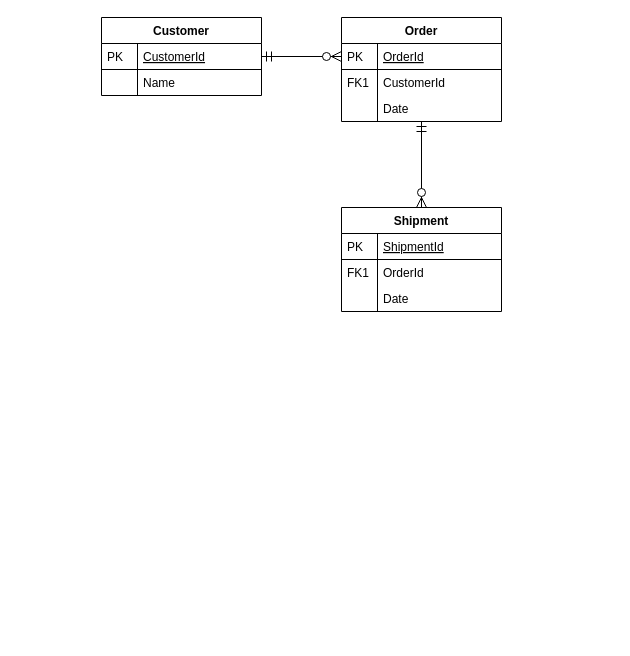
ValentinKostiuk/Charts keeps this draw.io diagram as Untitled Diagram.drawio. Above is the earlier version. Source tidied: cells renumbered, new cells numbered last; positions are measured from the earlier drawing's top-left corner, leaving out a move shared by most shapes. Both pictures are drawn from the tidied source at 100%, with x=0, y=0 at pixel (101, 17).
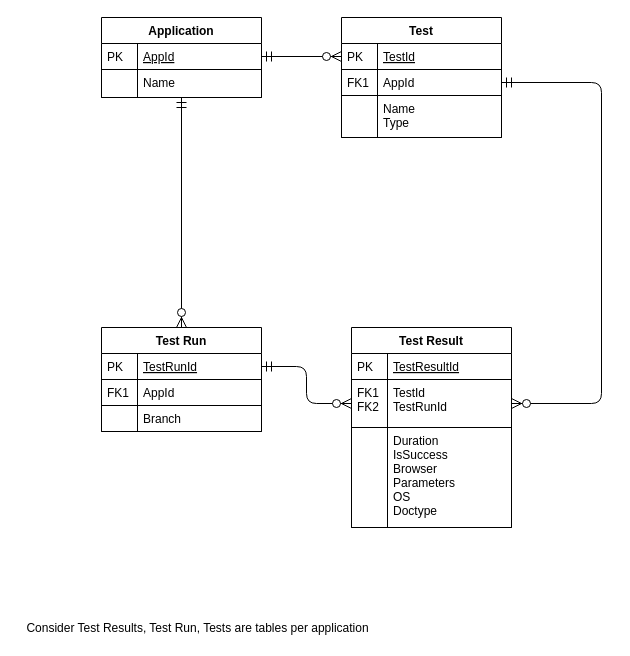
The same diagram, later.

The edit, as a diff of the source:
```diff
@@
-    <mxCell id="2" value="Customer" style="swimlane;fontStyle=1;horizontal=1;startSize=26;rounded=0;shadow=0;strokeWidth=1;" parent="1" vertex="1">
-      <mxGeometry width="160" height="78" as="geometry" />
+    <mxCell id="2" value="Application" style="swimlane;fontStyle=1;horizontal=1;startSize=26;rounded=0;shadow=0;strokeWidth=1;" parent="1" vertex="1">
+      <mxGeometry width="160" height="80" as="geometry" />
     </mxCell>
-    <mxCell id="3" value="CustomerId" style="shape=partialRectangle;top=0;left=0;right=0;bottom=1;align=left;verticalAlign=top;fillColor=none;spacingLeft=40;spacingRight=4;overflow=hidden;points=[[0,0.5],[1,0.5]];portConstraint=eastwest;rounded=0;shadow=0;strokeWidth=1;fontStyle=4;" parent="2" vertex="1">
+    <mxCell id="3" value="AppId" style="shape=partialRectangle;top=0;left=0;right=0;bottom=1;align=left;verticalAlign=top;fillColor=none;spacingLeft=40;spacingRight=4;overflow=hidden;points=[[0,0.5],[1,0.5]];portConstraint=eastwest;rounded=0;shadow=0;strokeWidth=1;fontStyle=4;" parent="2" vertex="1">
       <mxGeometry y="26" width="160" height="26" as="geometry" />
     </mxCell>
@@
-    <mxCell id="5" value="Name" style="shape=partialRectangle;top=0;left=0;right=0;bottom=0;align=left;verticalAlign=top;fillColor=none;spacingLeft=40;spacingRight=4;overflow=hidden;rounded=0;shadow=0;strokeWidth=1;" parent="2" vertex="1">
-      <mxGeometry y="52" width="160" height="26" as="geometry" />
+    <mxCell id="5" value="Name" style="shape=partialRectangle;top=1;left=1;right=1;bottom=1;align=left;verticalAlign=top;fillColor=none;spacingLeft=40;spacingRight=4;overflow=hidden;rounded=0;shadow=0;strokeWidth=1;" parent="2" vertex="1">
+      <mxGeometry y="52" width="160" height="28" as="geometry" />
     </mxCell>
     <mxCell id="6" style="shape=partialRectangle;top=0;left=0;bottom=0;fillColor=none;align=left;verticalAlign=top;spacingLeft=4;spacingRight=4;overflow=hidden;" parent="5" vertex="1">
-      <mxGeometry width="36" height="26" as="geometry" />
+      <mxGeometry width="36" height="28" as="geometry" />
     </mxCell>
-    <mxCell id="7" value="Order" style="swimlane;fontStyle=1;horizontal=1;startSize=26;rounded=0;shadow=0;strokeWidth=1;" parent="1" vertex="1">
-      <mxGeometry x="240" width="160" height="104" as="geometry" />
+    <mxCell id="7" value="Test" style="swimlane;fontStyle=1;horizontal=1;startSize=26;rounded=0;shadow=0;strokeWidth=1;" parent="1" vertex="1">
+      <mxGeometry x="240" width="160" height="120" as="geometry" />
     </mxCell>
-    <mxCell id="8" value="OrderId" style="shape=partialRectangle;top=0;left=0;right=0;bottom=1;align=left;verticalAlign=top;fillColor=none;spacingLeft=40;spacingRight=4;overflow=hidden;points=[[0,0.5],[1,0.5]];portConstraint=eastwest;rounded=0;shadow=0;strokeWidth=1;fontStyle=4;" parent="7" vertex="1">
+    <mxCell id="8" value="TestId" style="shape=partialRectangle;top=0;left=0;right=0;bottom=1;align=left;verticalAlign=top;fillColor=none;spacingLeft=40;spacingRight=4;overflow=hidden;points=[[0,0.5],[1,0.5]];portConstraint=eastwest;rounded=0;shadow=0;strokeWidth=1;fontStyle=4;" parent="7" vertex="1">
       <mxGeometry y="26" width="160" height="26" as="geometry" />
     </mxCell>
@@
-    <mxCell id="10" value="CustomerId" style="shape=partialRectangle;top=0;left=0;right=0;bottom=0;align=left;verticalAlign=top;fillColor=none;spacingLeft=40;spacingRight=4;overflow=hidden;points=[[0,0.5],[1,0.5]];portConstraint=eastwest;rounded=0;shadow=0;strokeWidth=1;" parent="7" vertex="1">
+    <mxCell id="10" value="AppId" style="shape=partialRectangle;top=1;left=1;right=1;bottom=1;align=left;verticalAlign=top;fillColor=none;spacingLeft=40;spacingRight=4;overflow=hidden;points=[[0,0.5],[1,0.5]];portConstraint=eastwest;rounded=0;shadow=0;strokeWidth=1;" parent="7" vertex="1">
       <mxGeometry y="52" width="160" height="26" as="geometry" />
     </mxCell>
@@
-    <mxCell id="12" value="Date" style="shape=partialRectangle;top=0;left=0;right=0;bottom=0;align=left;verticalAlign=top;fillColor=none;spacingLeft=40;spacingRight=4;overflow=hidden;rounded=0;shadow=0;strokeWidth=1;" parent="7" vertex="1">
-      <mxGeometry y="78" width="160" height="26" as="geometry" />
+    <mxCell id="12" value="Name&#10;Type" style="shape=partialRectangle;top=1;left=1;right=1;bottom=1;align=left;verticalAlign=top;fillColor=none;spacingLeft=40;spacingRight=4;overflow=hidden;rounded=0;shadow=0;strokeWidth=1;" parent="7" vertex="1">
+      <mxGeometry y="78" width="160" height="42" as="geometry" />
     </mxCell>
     <mxCell id="13" style="shape=partialRectangle;top=0;left=0;bottom=0;fillColor=none;align=left;verticalAlign=top;spacingLeft=4;spacingRight=4;overflow=hidden;" parent="12" vertex="1">
-      <mxGeometry width="36" height="26" as="geometry" />
+      <mxGeometry width="36" height="42" as="geometry" />
     </mxCell>
@@
-    <mxCell id="15" value="Shipment" style="swimlane;fontStyle=1;horizontal=1;startSize=26;rounded=0;shadow=0;strokeWidth=1;" parent="1" vertex="1">
-      <mxGeometry x="240" y="190" width="160" height="104" as="geometry" />
+    <mxCell id="15" value="Test Run" style="swimlane;fontStyle=1;horizontal=1;startSize=26;rounded=0;shadow=0;strokeWidth=1;" parent="1" vertex="1">
+      <mxGeometry y="310" width="160" height="104" as="geometry" />
     </mxCell>
-    <mxCell id="16" value="ShipmentId" style="shape=partialRectangle;top=0;left=0;right=0;bottom=1;align=left;verticalAlign=top;fillColor=none;spacingLeft=40;spacingRight=4;overflow=hidden;points=[[0,0.5],[1,0.5]];portConstraint=eastwest;rounded=0;shadow=0;strokeWidth=1;fontStyle=4;" parent="15" vertex="1">
+    <mxCell id="16" value="TestRunId" style="shape=partialRectangle;top=0;left=0;right=0;bottom=1;align=left;verticalAlign=top;fillColor=none;spacingLeft=40;spacingRight=4;overflow=hidden;points=[[0,0.5],[1,0.5]];portConstraint=eastwest;rounded=0;shadow=0;strokeWidth=1;fontStyle=4;" parent="15" vertex="1">
       <mxGeometry y="26" width="160" height="26" as="geometry" />
     </mxCell>
@@
-    <mxCell id="18" value="OrderId" style="shape=partialRectangle;top=0;left=0;right=0;bottom=0;align=left;verticalAlign=top;fillColor=none;spacingLeft=40;spacingRight=4;overflow=hidden;rounded=0;shadow=0;strokeWidth=1;" parent="15" vertex="1">
+    <mxCell id="18" value="AppId" style="shape=partialRectangle;top=0;left=0;right=0;bottom=0;align=left;verticalAlign=top;fillColor=none;spacingLeft=40;spacingRight=4;overflow=hidden;rounded=0;shadow=0;strokeWidth=1;" parent="15" vertex="1">
       <mxGeometry y="52" width="160" height="26" as="geometry" />
     </mxCell>
@@
-    <mxCell id="20" value="Date" style="shape=partialRectangle;top=0;left=0;right=0;bottom=0;align=left;verticalAlign=top;fillColor=none;spacingLeft=40;spacingRight=4;overflow=hidden;rounded=0;shadow=0;strokeWidth=1;" parent="15" vertex="1">
+    <mxCell id="20" value="Branch" style="shape=partialRectangle;top=1;left=1;right=1;bottom=1;align=left;verticalAlign=top;fillColor=none;spacingLeft=40;spacingRight=4;overflow=hidden;rounded=0;shadow=0;strokeWidth=1;" parent="15" vertex="1">
       <mxGeometry y="78" width="160" height="26" as="geometry" />
     </mxCell>
@@
-    <mxCell id="22" style="edgeStyle=orthogonalEdgeStyle;endArrow=ERzeroToMany;startArrow=ERmandOne;shadow=0;strokeWidth=1;endSize=8;startSize=8;" parent="1" edge="1" source="7" target="15">
-      <mxGeometry relative="1" as="geometry" />
-    </mxCell>
+    <mxCell id="23" style="edgeStyle=orthogonalEdgeStyle;endArrow=ERzeroToMany;startArrow=ERmandOne;shadow=0;strokeWidth=1;endSize=8;startSize=8;entryX=0.5;entryY=0;entryDx=0;entryDy=0;exitX=0.5;exitY=1;exitDx=0;exitDy=0;" parent="1" edge="1" source="2" target="15">
+      <mxGeometry relative="1" as="geometry" />
+    </mxCell>
+    <mxCell id="24" value="Test Result" style="swimlane;fontStyle=1;horizontal=1;startSize=26;rounded=0;shadow=0;strokeWidth=1;" parent="1" vertex="1">
+      <mxGeometry x="250" y="310" width="160" height="200" as="geometry" />
+    </mxCell>
+    <mxCell id="25" value="TestResultId" style="shape=partialRectangle;top=0;left=0;right=0;bottom=1;align=left;verticalAlign=top;fillColor=none;spacingLeft=40;spacingRight=4;overflow=hidden;rounded=0;shadow=0;strokeWidth=1;fontStyle=4;" parent="24" vertex="1">
+      <mxGeometry y="26" width="160" height="26" as="geometry" />
+    </mxCell>
+    <mxCell id="26" value="PK" style="shape=partialRectangle;top=0;left=0;bottom=0;fillColor=none;align=left;verticalAlign=top;spacingLeft=4;spacingRight=4;overflow=hidden;" parent="25" vertex="1">
+      <mxGeometry width="36" height="26" as="geometry" />
+    </mxCell>
+    <mxCell id="27" value="TestId&#10;TestRunId" style="shape=partialRectangle;top=0;left=0;right=0;bottom=0;align=left;verticalAlign=top;fillColor=none;spacingLeft=40;spacingRight=4;overflow=hidden;points=[[0,0.5],[1,0.5]];portConstraint=eastwest;rounded=0;shadow=0;strokeWidth=1;" parent="24" vertex="1">
+      <mxGeometry y="52" width="160" height="48" as="geometry" />
+    </mxCell>
+    <mxCell id="28" value="FK1&#10;FK2" style="shape=partialRectangle;top=0;left=0;bottom=0;fillColor=none;align=left;verticalAlign=top;spacingLeft=4;spacingRight=4;overflow=hidden;" parent="27" vertex="1">
+      <mxGeometry width="36" height="48" as="geometry" />
+    </mxCell>
+    <mxCell id="29" value="Duration&#10;IsSuccess&#10;Browser&#10;Parameters&#10;OS&#10;Doctype" style="shape=partialRectangle;top=1;left=1;right=1;bottom=1;align=left;verticalAlign=top;fillColor=none;spacingLeft=40;spacingRight=4;overflow=hidden;rounded=0;shadow=0;strokeWidth=1;" parent="24" vertex="1">
+      <mxGeometry y="100" width="160" height="100" as="geometry" />
+    </mxCell>
+    <mxCell id="30" style="shape=partialRectangle;top=0;left=0;bottom=0;fillColor=none;align=left;verticalAlign=top;spacingLeft=4;spacingRight=4;overflow=hidden;" parent="29" vertex="1">
+      <mxGeometry width="36" height="100" as="geometry" />
+    </mxCell>
+    <mxCell id="31" style="edgeStyle=orthogonalEdgeStyle;endArrow=ERzeroToMany;startArrow=ERmandOne;shadow=0;strokeWidth=1;endSize=8;startSize=8;exitX=1;exitY=0.5;exitDx=0;exitDy=0;entryX=0;entryY=0.5;entryDx=0;entryDy=0;" parent="1" edge="1" source="16" target="27">
+      <mxGeometry relative="1" as="geometry" />
+    </mxCell>
+    <mxCell id="32" style="edgeStyle=orthogonalEdgeStyle;endArrow=ERzeroToMany;startArrow=ERmandOne;shadow=0;strokeWidth=1;endSize=8;startSize=8;entryX=1;entryY=0.5;entryDx=0;entryDy=0;exitX=1;exitY=0.5;exitDx=0;exitDy=0;" parent="1" edge="1" source="10" target="27">
+      <mxGeometry relative="1" as="geometry">
+        <Array as="points">
+          <mxPoint x="500" y="65" />
+          <mxPoint x="500" y="386" />
+        </Array>
+      </mxGeometry>
+    </mxCell>
+    <mxCell id="33" value="Consider Test Results, Test Run, Tests are tables per application" style="text;html=1;align=center;verticalAlign=middle;" parent="1" vertex="1">
+      <mxGeometry x="-84" y="601" width="360" height="20" as="geometry" />
+    </mxCell>
```
